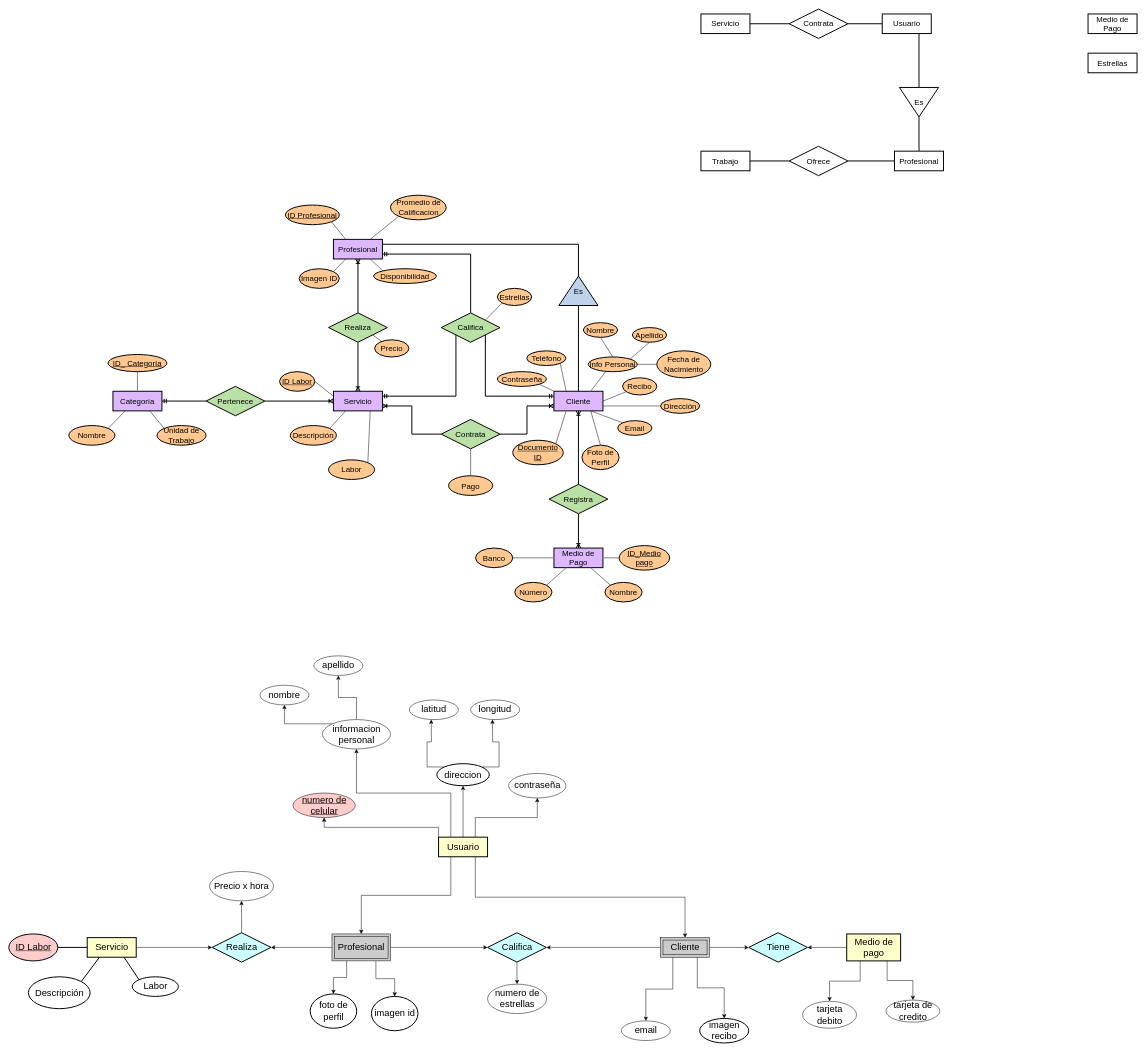
Above: Diagramas/Dragrama Entidad-Relacion.drawio in Hazzard1912/domesticapp (draw.io), before the change. Source tidied: cells renumbered, new cells numbered last; positions are measured from the earlier drawing's top-left corner, leaving out a move shared by most shapes. Both pictures are drawn from the tidied source at 49%, with x=0, y=0 at pixel (9, 9).
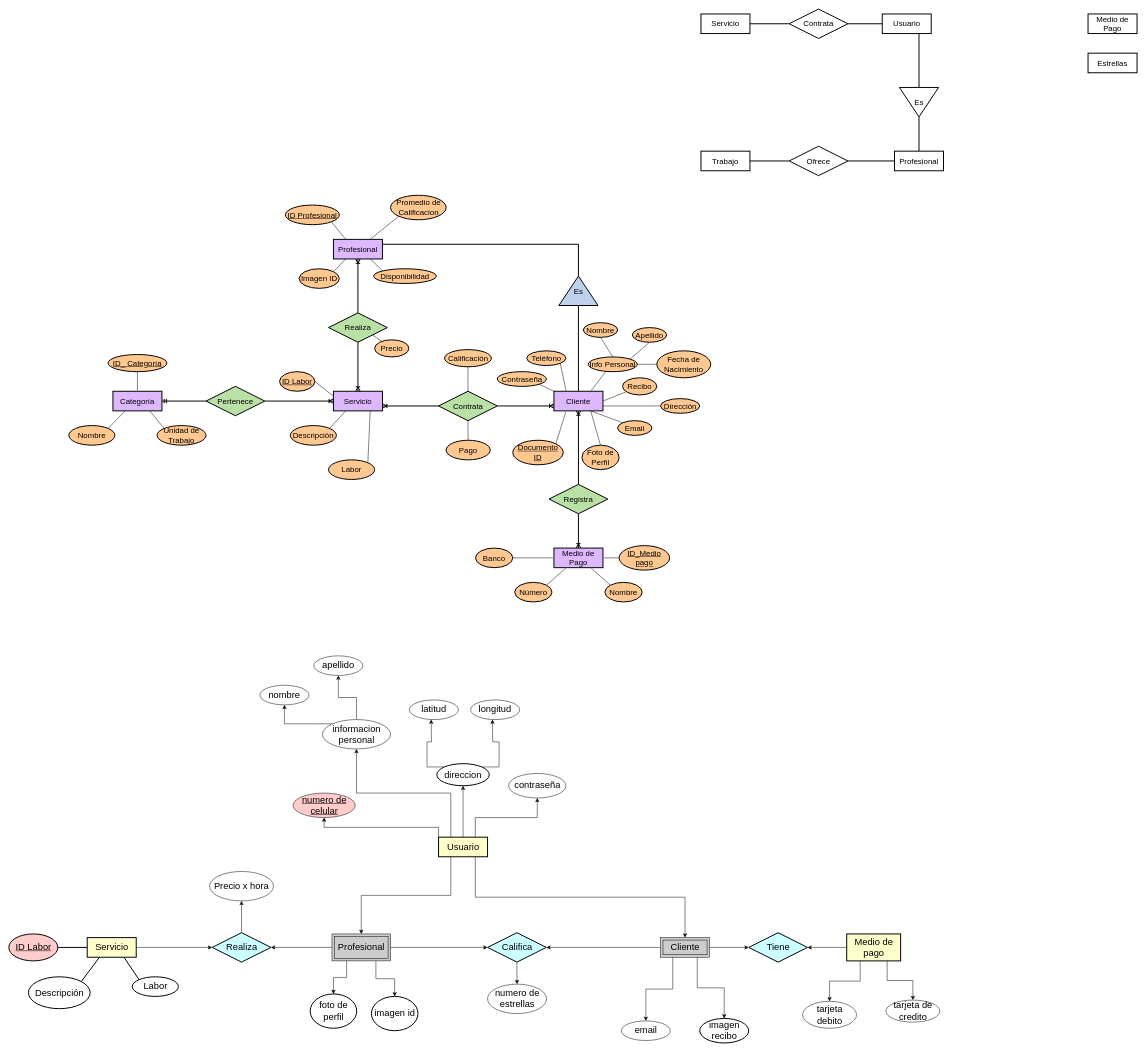
After the change.

The change refers to these unchanged cells:
```xml
<mxCell id="8" value="Profesional" style="whiteSpace=wrap;html=1;align=center;strokeWidth=2;fontSize=16;fillColor=#DEB8FF;" parent="1" vertex="1">
  <mxGeometry x="662" y="470" width="100" height="40" as="geometry" />
</mxCell>
<mxCell id="18" value="&lt;div&gt;Cliente&lt;/div&gt;" style="whiteSpace=wrap;html=1;align=center;strokeWidth=2;fontSize=16;fillColor=#DEB8FF;" parent="1" vertex="1">
  <mxGeometry x="1112" y="780" width="100" height="40" as="geometry" />
</mxCell>
<mxCell id="29" value="Servicio" style="whiteSpace=wrap;html=1;align=center;strokeWidth=2;fontSize=16;fillColor=#DEB8FF;" parent="1" vertex="1">
  <mxGeometry x="662" y="780" width="100" height="40" as="geometry" />
</mxCell>
```

Diff of the diagram source:
```diff
@@
-    <mxCell id="7" style="edgeStyle=orthogonalEdgeStyle;rounded=0;jettySize=auto;html=1;exitX=1;exitY=0.75;exitDx=0;exitDy=0;entryX=0.5;entryY=0;entryDx=0;entryDy=0;endArrow=none;endFill=0;strokeWidth=2;startArrow=ERmandOne;startFill=0;" parent="1" edge="1" source="8" target="147">
-      <mxGeometry relative="1" as="geometry" />
-    </mxCell>
@@
-    <mxCell id="14" style="edgeStyle=orthogonalEdgeStyle;rounded=0;jettySize=auto;html=1;exitX=0;exitY=0.25;exitDx=0;exitDy=0;entryX=1;entryY=1;entryDx=0;entryDy=0;endArrow=none;endFill=0;strokeWidth=2;startArrow=ERmandOne;startFill=0;" parent="1" edge="1" source="18" target="147">
-      <mxGeometry relative="1" as="geometry" />
-    </mxCell>
@@
+    <mxCell id="152" style="edgeStyle=orthogonalEdgeStyle;rounded=0;jettySize=auto;html=1;exitX=0.5;exitY=0;exitDx=0;exitDy=0;entryX=0.5;entryY=1;entryDx=0;entryDy=0;endArrow=none;endFill=0;strokeWidth=2;strokeColor=#828282;" parent="1" edge="1" source="20" target="151">
+      <mxGeometry relative="1" as="geometry" />
+    </mxCell>
     <mxCell id="20" value="Contrata" style="shape=rhombus;perimeter=rhombusPerimeter;whiteSpace=wrap;html=1;align=center;strokeWidth=2;fontSize=16;fillColor=#B9E0A5;" parent="1" vertex="1">
-      <mxGeometry x="882" y="837.5" width="120" height="60" as="geometry" />
+      <mxGeometry x="876.5" y="780" width="120" height="60" as="geometry" />
     </mxCell>
@@
-    <mxCell id="28" style="edgeStyle=orthogonalEdgeStyle;rounded=0;jettySize=auto;html=1;exitX=1;exitY=0.25;exitDx=0;exitDy=0;entryX=0;entryY=1;entryDx=0;entryDy=0;endArrow=none;endFill=0;strokeWidth=2;startArrow=ERmandOne;startFill=0;" parent="1" edge="1" source="29" target="147">
-      <mxGeometry relative="1" as="geometry" />
-    </mxCell>
@@
     <mxCell id="136" value="Pago" style="ellipse;whiteSpace=wrap;html=1;align=center;fontSize=16;strokeWidth=2;fillColor=#FFC891;" parent="1" vertex="1">
-      <mxGeometry x="897" y="952.5" width="90" height="40" as="geometry" />
+      <mxGeometry x="892" y="880" width="90" height="40" as="geometry" />
     </mxCell>
@@
-    <mxCell id="146" style="rounded=0;jettySize=auto;html=1;exitX=1;exitY=0;exitDx=0;exitDy=0;entryX=0;entryY=1;entryDx=0;entryDy=0;endArrow=none;endFill=0;strokeWidth=2;strokeColor=#828282;" parent="1" edge="1" source="147" target="151">
-      <mxGeometry relative="1" as="geometry" />
-    </mxCell>
-    <mxCell id="147" value="Califica" style="shape=rhombus;perimeter=rhombusPerimeter;whiteSpace=wrap;html=1;align=center;strokeWidth=2;fontSize=16;fillColor=#B9E0A5;" parent="1" vertex="1">
-      <mxGeometry x="882" y="620" width="120" height="60" as="geometry" />
-    </mxCell>
@@
-    <mxCell id="151" value="Estrellas" style="ellipse;whiteSpace=wrap;html=1;align=center;fontSize=16;strokeWidth=2;fillColor=#FFC891;" parent="1" vertex="1">
-      <mxGeometry x="996.5" y="570" width="70" height="35" as="geometry" />
+    <mxCell id="151" value="Calificación" style="ellipse;whiteSpace=wrap;html=1;align=center;fontSize=16;strokeWidth=2;fillColor=#FFC891;" parent="1" vertex="1">
+      <mxGeometry x="888.8" y="695" width="95.5" height="35" as="geometry" />
     </mxCell>
```
